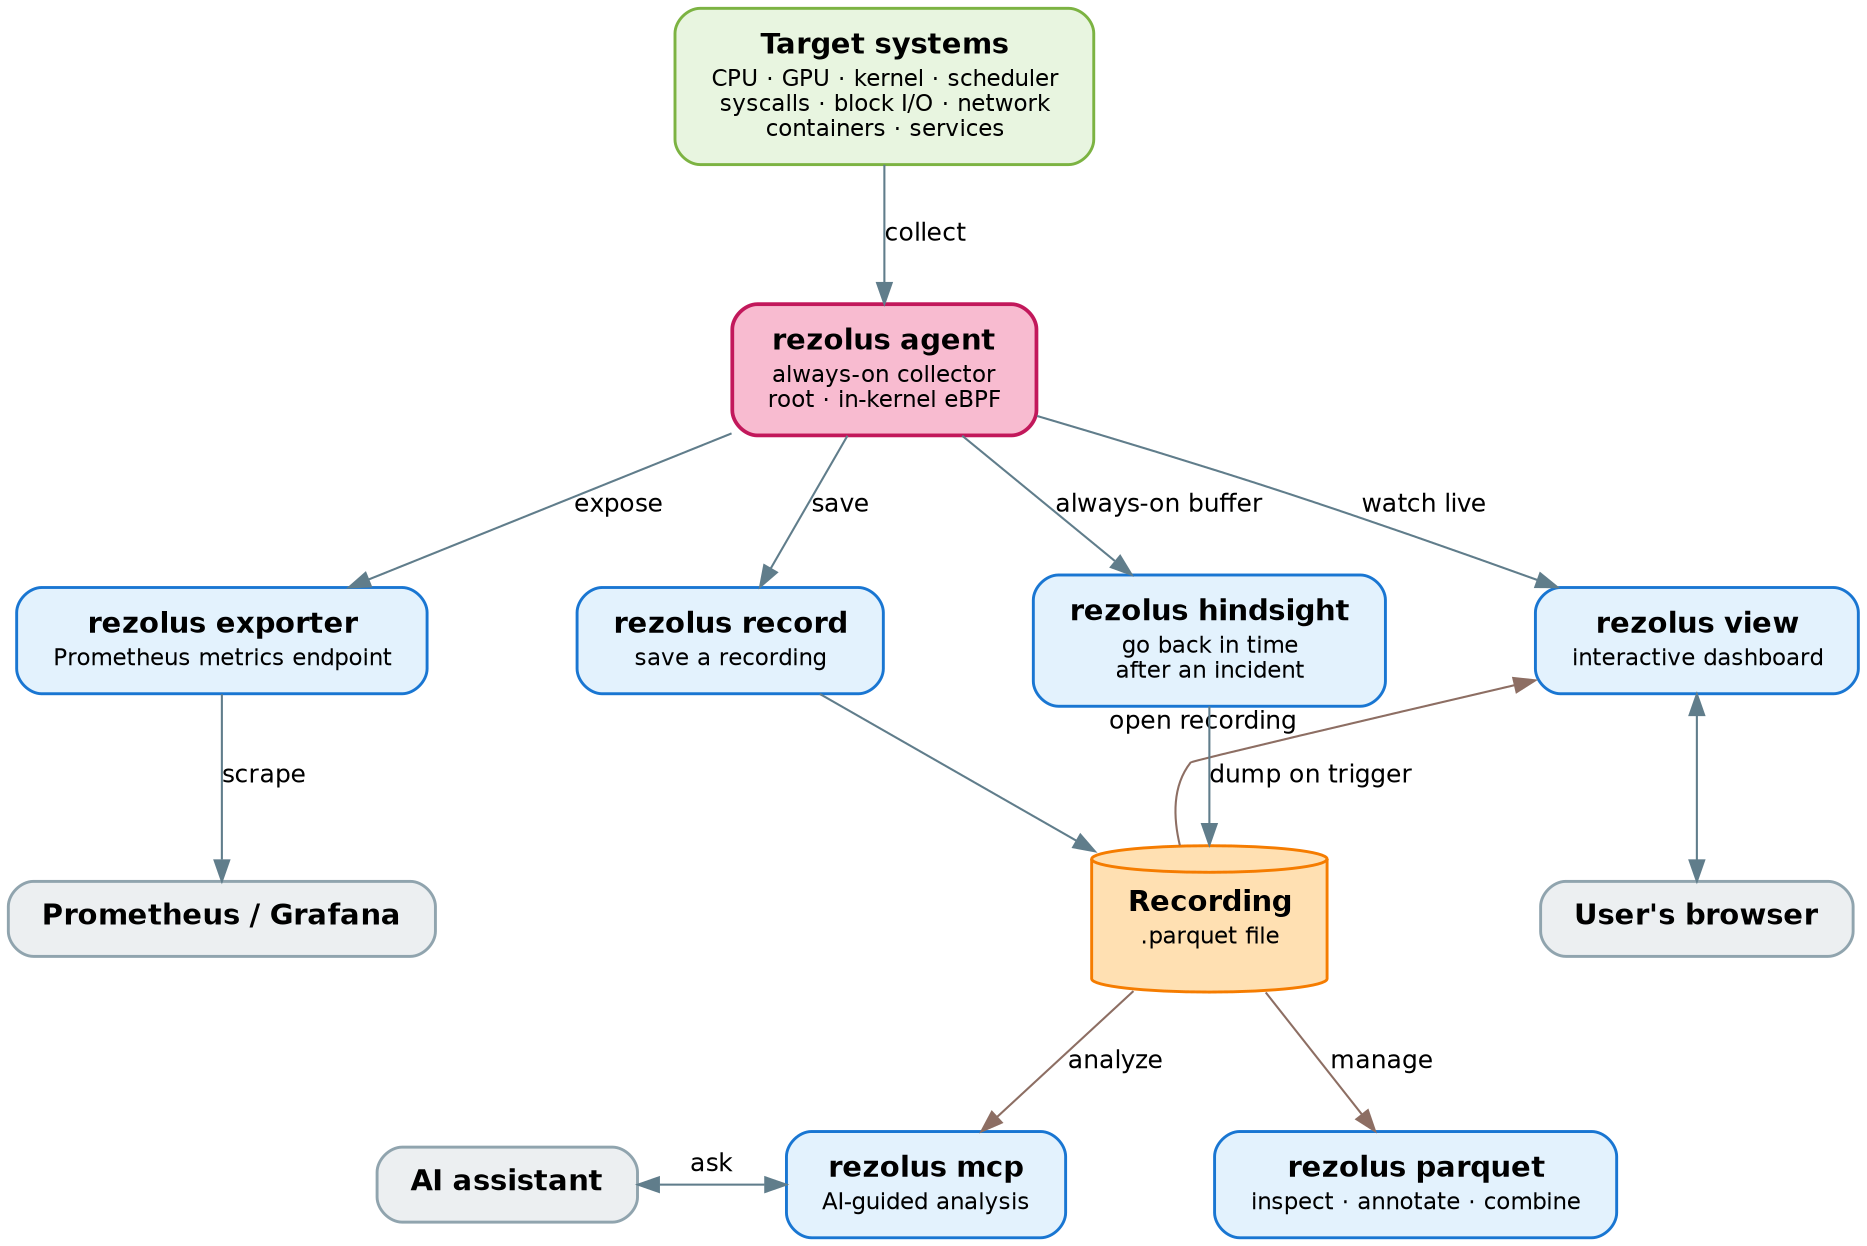
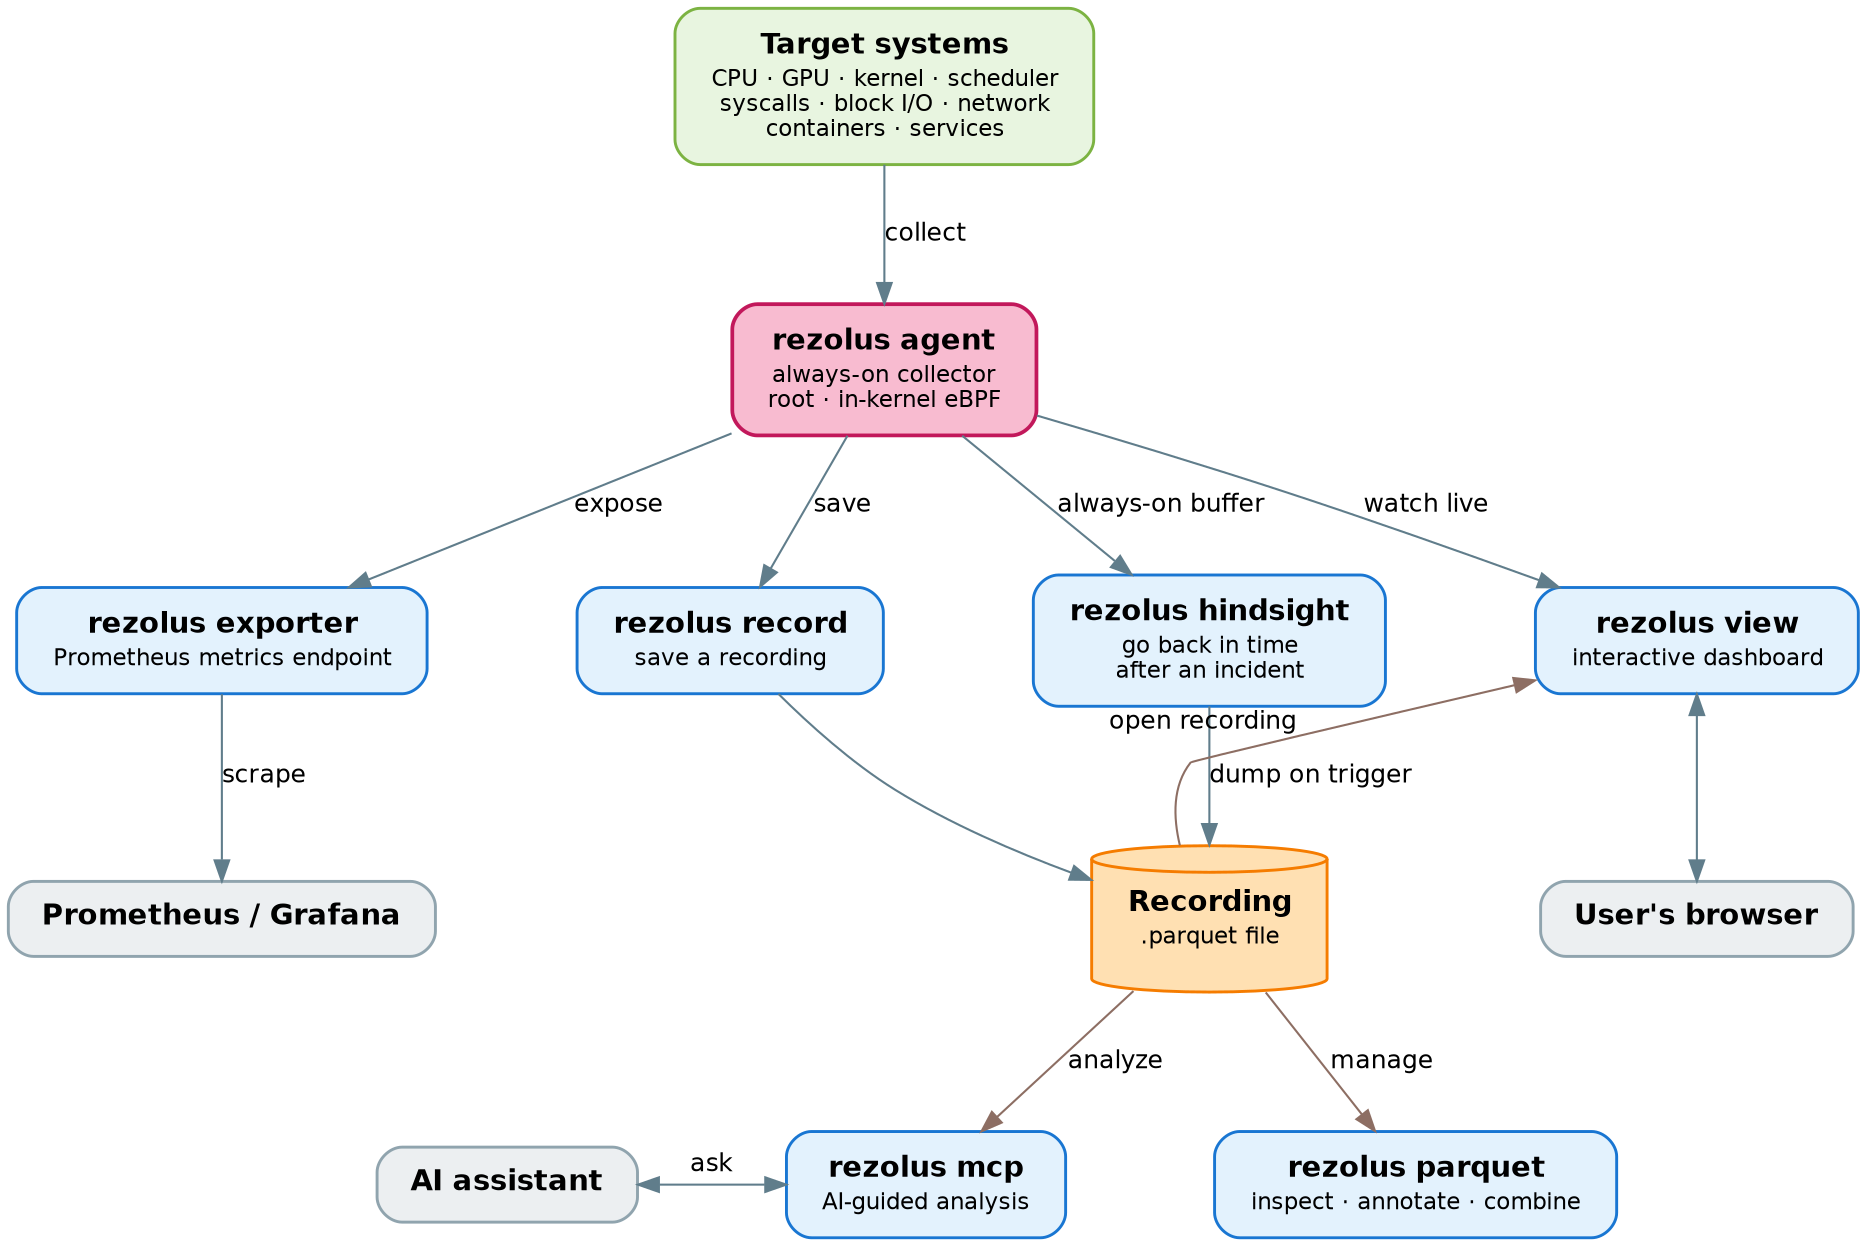
// Rezolus — what you can do with it (user's view)
//
// Render:  dot -Tsvg docs/architecture.dot -o docs/architecture.svg
//          dot -Tpng docs/architecture.dot -o docs/architecture.png
//
// Everything below is the one `rezolus` binary — you just pick the
// subcommand for the job. Arrows read as "what you do next".
//
// Labels use small HTML tables so the text centers (plain <br/> labels
// left-align in some Graphviz builds).

digraph rezolus {
  rankdir=TB;
  fontname="Helvetica";
  nodesep=0.5;
  ranksep=0.75;
  bgcolor="white";

  node [fontname="Helvetica", fontsize=14, shape=box, style="rounded,filled", penwidth=1.4, margin="0.22,0.14"];
  edge [fontname="Helvetica", fontsize=12, color="#607d8b"];

  // ---- What you're watching --------------------------------------------
  system [fillcolor="#e8f5e0", color="#7cb342", label=<
    <table border="0" cellborder="0" cellspacing="0" cellpadding="1">
      <tr><td align="center"><b>Target systems</b></td></tr>
      <tr><td align="center" balign="center"><font point-size="11">CPU · GPU · kernel · scheduler<br/>syscalls · block I/O · network<br/>containers · services</font></td></tr>
    </table>>];

  // ---- The always-on collector (pink: runs as root, eBPF in kernel) -----
  agent [fillcolor="#f8bbd0", color="#c2185b", penwidth=1.8, label=<
    <table border="0" cellborder="0" cellspacing="0" cellpadding="1">
      <tr><td align="center"><b>rezolus agent</b></td></tr>
      <tr><td align="center" balign="center"><font point-size="11">always-on collector<br/>root · in-kernel eBPF</font></td></tr>
    </table>>];

  // ---- Live: stream and watch ------------------------------------------
  exporter [fillcolor="#e3f2fd", color="#1976d2", group="gExp", label=<
    <table border="0" cellborder="0" cellspacing="0" cellpadding="1">
      <tr><td align="center"><b>rezolus exporter</b></td></tr>
      <tr><td align="center"><font point-size="11">Prometheus metrics endpoint</font></td></tr>
    </table>>];
  view [fillcolor="#e3f2fd", color="#1976d2", group="gView", label=<
    <table border="0" cellborder="0" cellspacing="0" cellpadding="1">
      <tr><td align="center"><b>rezolus view</b></td></tr>
      <tr><td align="center"><font point-size="11">interactive dashboard</font></td></tr>
    </table>>];

  // ---- Capture to a file -----------------------------------------------
  record [fillcolor="#e3f2fd", color="#1976d2", label=<
    <table border="0" cellborder="0" cellspacing="0" cellpadding="1">
      <tr><td align="center"><b>rezolus record</b></td></tr>
      <tr><td align="center"><font point-size="11">save a recording</font></td></tr>
    </table>>];
  hindsight [fillcolor="#e3f2fd", color="#1976d2", group="gRec", label=<
    <table border="0" cellborder="0" cellspacing="0" cellpadding="1">
      <tr><td align="center"><b>rezolus hindsight</b></td></tr>
      <tr><td align="center" balign="center"><font point-size="11">go back in time<br/>after an incident</font></td></tr>
    </table>>];

  // ---- Work with recordings --------------------------------------------
  mcp [fillcolor="#e3f2fd", color="#1976d2", label=<
    <table border="0" cellborder="0" cellspacing="0" cellpadding="1">
      <tr><td align="center"><b>rezolus mcp</b></td></tr>
      <tr><td align="center"><font point-size="11">AI-guided analysis</font></td></tr>
    </table>>];
  pqtools [fillcolor="#e3f2fd", color="#1976d2", label=<
    <table border="0" cellborder="0" cellspacing="0" cellpadding="1">
      <tr><td align="center"><b>rezolus parquet</b></td></tr>
      <tr><td align="center"><font point-size="11">inspect · annotate · combine</font></td></tr>
    </table>>];

  // ---- The recording artifact ------------------------------------------
  recording [shape=cylinder, fillcolor="#ffe0b2", color="#f57c00", group="gRec", label=<
    <table border="0" cellborder="0" cellspacing="0" cellpadding="1">
      <tr><td align="center"><b>Recording</b></td></tr>
      <tr><td align="center"><font point-size="11">.parquet file</font></td></tr>
    </table>>];

  // ---- Where the value lands -------------------------------------------
  grafana [label=<<b>Prometheus / Grafana</b>>, fillcolor="#eceff1", color="#90a4ae", group="gExp"];
  browser [label=<<b>User's browser</b>>,        fillcolor="#eceff1", color="#90a4ae", group="gView"];
  llm     [label=<<b>AI assistant</b>>,           fillcolor="#eceff1", color="#90a4ae"];

  // ---- Layout: rows keep the picture compact; invisible edges pin the
  //      left-to-right order within each row --------------------------
  // view sits on the far right (next to the recording it opens); the
  // other three are the expose/capture subcommands.
  {rank=same; exporter; record; hindsight; view; exporter -> record -> hindsight -> view [style=invis];}
  {rank=same; grafana; recording; browser; grafana -> recording -> browser [style=invis];}
  // mcp and parquet sit side by side directly under the recording, with
  // the AI assistant to the left of mcp.
  {rank=same; llm; mcp; pqtools; llm -> mcp -> pqtools [style=invis];}

  // ---- Collect ----------------------------------------------------------
  system -> agent [label="collect"];

  // ---- Live from the agent ---------------------------------------------
  agent -> exporter  [label="expose"];
  agent -> view      [label="watch live"];
  agent -> record    [label="save"];
  agent -> hindsight [label="always-on buffer"];

  exporter -> grafana [label="scrape", weight=10];

  // ---- Produce a recording ---------------------------------------------
  record    -> recording;
  hindsight -> recording [label="dump on trigger", weight=10];

-   // ---- Open a recording in the viewer. Drawn as a downward edge with a
-   //      reversed arrowhead so it routes cleanly instead of hooking back.
-   view -> recording [dir=back, xlabel="open recording", color="#8d6e63", constraint=false];
+   // ---- Open a recording in the viewer. constraint=false keeps this edge
+   //      from disturbing the ranks (already pinned above); xlabel keeps the
+   //      label from bending the spline.
+   recording -> view [xlabel="open recording", color="#8d6e63", constraint=false];

  // ---- Analyze / manage a recording ------------------------------------
  recording -> mcp     [label="analyze", color="#8d6e63"];
  recording -> pqtools [label="manage",  color="#8d6e63"];

  // ---- Outcomes ---------------------------------------------------------
  view -> browser [dir=both, weight=10];
  llm  -> mcp     [label="ask", dir=both, constraint=false];
}
